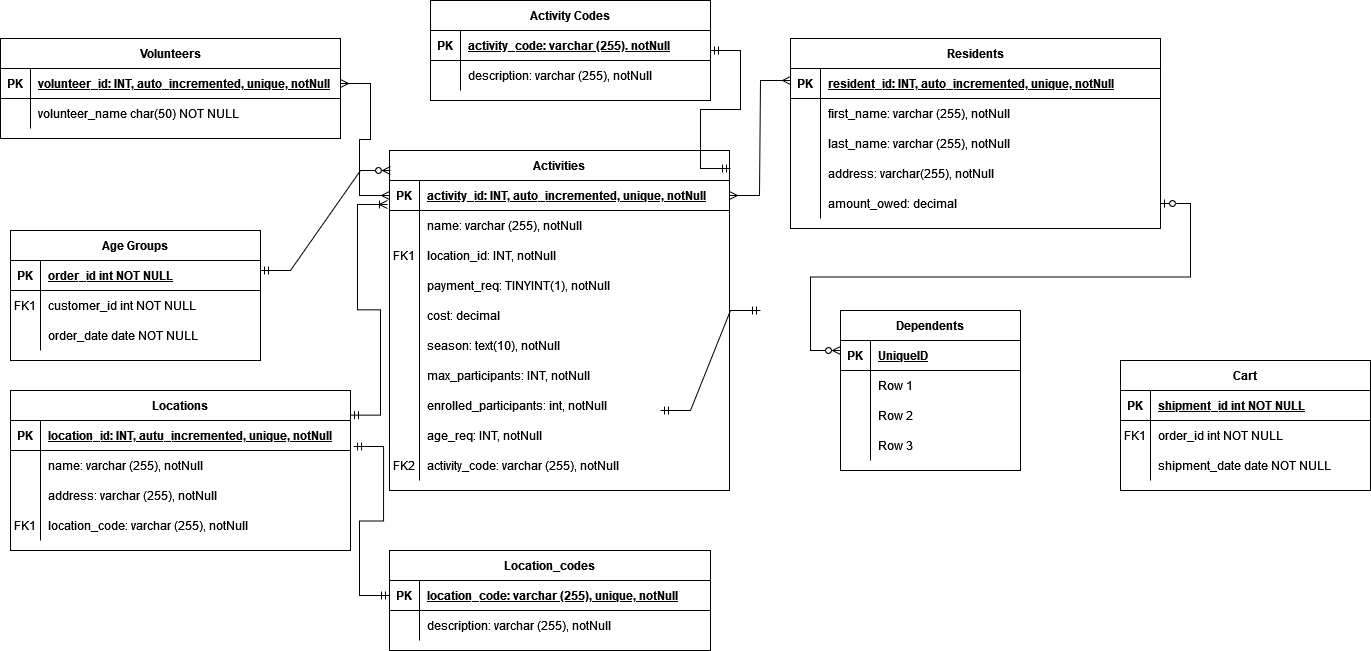
Earlier version of the draw.io export 340.drawio.png (arse0039/340_db). Source tidied: cells renumbered, new cells last; positions are measured from the earlier drawing's top-left corner, leaving out a move shared by most shapes.
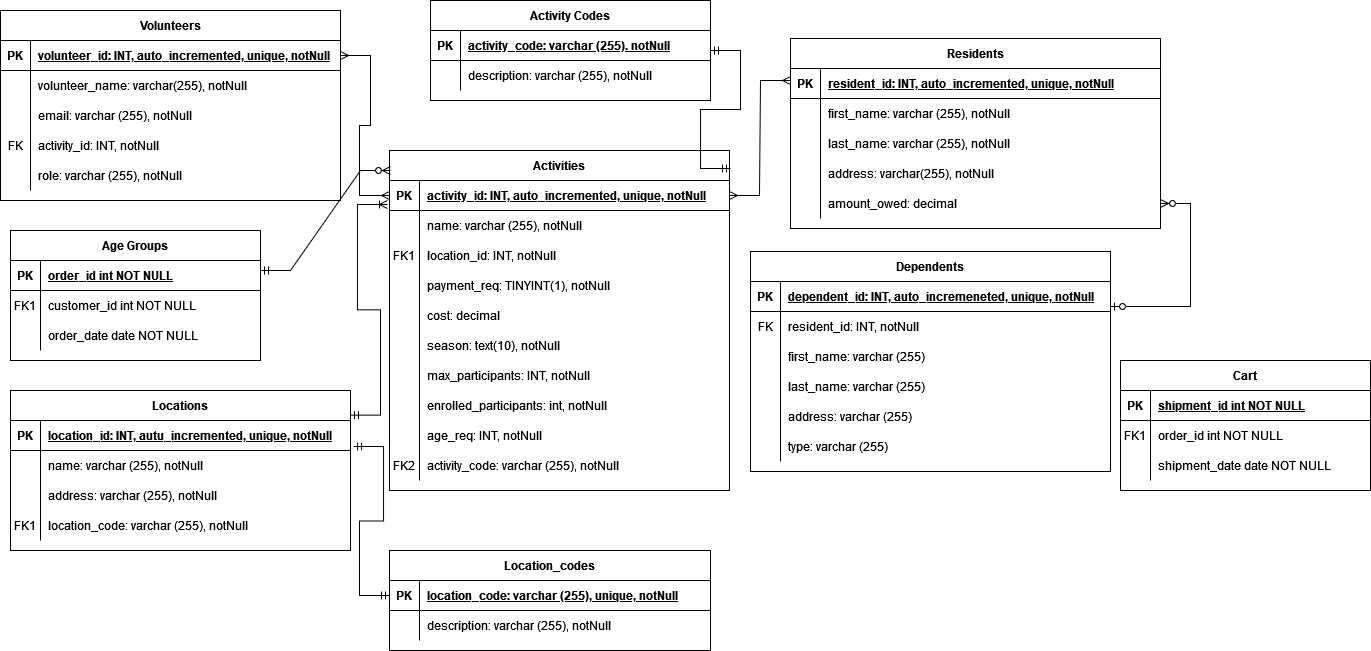
Above is the later version.

Change to the diagram source:
```diff
@@ -42,7 +42,7 @@
       <mxGeometry x="30" width="310" height="30" as="geometry" />
     </mxCell>
     <mxCell id="15" value="Volunteers" style="shape=table;startSize=30;rowLines=0;fontStyle=1;align=center;" parent="1" vertex="1">
-      <mxGeometry y="38" width="340" height="100" as="geometry" />
+      <mxGeometry y="10" width="340" height="190" as="geometry" />
     </mxCell>
     <mxCell id="16" style="shape=partialRectangle;fillColor=none;points=[[0,0.5],[1,0.5]];portConstraint=eastwest;top=0;left=0;right=0;bottom=1;" parent="15" vertex="1">
       <mxGeometry y="30" width="340" height="30" as="geometry" />
@@ -59,9 +59,36 @@
     <mxCell id="20" style="shape=partialRectangle;overflow=hidden;fillColor=none;top=0;left=0;bottom=0;right=0;" parent="19" vertex="1">
       <mxGeometry width="30" height="30" as="geometry" />
     </mxCell>
-    <mxCell id="21" value="volunteer_name char(50) NOT NULL" style="shape=partialRectangle;overflow=hidden;fillColor=none;top=0;left=0;bottom=0;right=0;align=left;spacingLeft=6;" parent="19" vertex="1">
+    <mxCell id="21" value="volunteer_name: varchar(255), notNull" style="shape=partialRectangle;overflow=hidden;fillColor=none;top=0;left=0;bottom=0;right=0;align=left;spacingLeft=6;" parent="19" vertex="1">
       <mxGeometry x="30" width="310" height="30" as="geometry" />
     </mxCell>
+    <mxCell id="124" style="shape=partialRectangle;fillColor=none;top=0;left=0;right=0;bottom=0;" parent="15" vertex="1">
+      <mxGeometry y="90" width="340" height="30" as="geometry" />
+    </mxCell>
+    <mxCell id="125" style="shape=partialRectangle;overflow=hidden;fillColor=none;top=0;left=0;bottom=0;right=0;" parent="124" vertex="1">
+      <mxGeometry width="30" height="30" as="geometry" />
+    </mxCell>
+    <mxCell id="126" value="email: varchar (255), notNull" style="shape=partialRectangle;overflow=hidden;fillColor=none;top=0;left=0;bottom=0;right=0;align=left;spacingLeft=6;" parent="124" vertex="1">
+      <mxGeometry x="30" width="310" height="30" as="geometry" />
+    </mxCell>
+    <mxCell id="127" style="shape=partialRectangle;fillColor=none;top=0;left=0;right=0;bottom=0;" parent="15" vertex="1">
+      <mxGeometry y="120" width="340" height="30" as="geometry" />
+    </mxCell>
+    <mxCell id="128" value="FK" style="shape=partialRectangle;overflow=hidden;fillColor=none;top=0;left=0;bottom=0;right=0;" parent="127" vertex="1">
+      <mxGeometry width="30" height="30" as="geometry" />
+    </mxCell>
+    <mxCell id="129" value="activity_id: INT, notNull" style="shape=partialRectangle;overflow=hidden;fillColor=none;top=0;left=0;bottom=0;right=0;align=left;spacingLeft=6;" parent="127" vertex="1">
+      <mxGeometry x="30" width="310" height="30" as="geometry" />
+    </mxCell>
+    <mxCell id="130" style="shape=partialRectangle;fillColor=none;top=0;left=0;right=0;bottom=0;" parent="15" vertex="1">
+      <mxGeometry y="150" width="340" height="30" as="geometry" />
+    </mxCell>
+    <mxCell id="131" style="shape=partialRectangle;overflow=hidden;fillColor=none;top=0;left=0;bottom=0;right=0;" parent="130" vertex="1">
+      <mxGeometry width="30" height="30" as="geometry" />
+    </mxCell>
+    <mxCell id="132" value="role: varchar (255), notNull" style="shape=partialRectangle;overflow=hidden;fillColor=none;top=0;left=0;bottom=0;right=0;align=left;spacingLeft=6;" parent="130" vertex="1">
+      <mxGeometry x="30" width="310" height="30" as="geometry" />
+    </mxCell>
     <mxCell id="22" value="Age Groups" style="shape=table;startSize=30;rowLines=0;fontStyle=1;align=center;" parent="1" vertex="1">
       <mxGeometry x="10" y="230" width="250" height="130" as="geometry" />
     </mxCell>
@@ -272,48 +299,64 @@
       <mxGeometry relative="1" as="geometry" />
     </mxCell>
     <mxCell id="91" value="Dependents" style="shape=table;startSize=30;rowLines=0;fontStyle=1;align=center;" parent="1" vertex="1">
-      <mxGeometry x="840" y="310" width="180" height="160" as="geometry" />
+      <mxGeometry x="750" y="251" width="360" height="220" as="geometry" />
     </mxCell>
     <mxCell id="92" style="shape=tableRow;horizontal=0;startSize=0;swimlaneHead=0;swimlaneBody=0;fillColor=none;top=0;left=0;right=0;bottom=1;" parent="91" vertex="1">
-      <mxGeometry y="30" width="180" height="30" as="geometry" />
+      <mxGeometry y="30" width="360" height="30" as="geometry" />
     </mxCell>
     <mxCell id="93" value="PK" style="shape=partialRectangle;fillColor=none;top=0;left=0;bottom=0;right=0;fontStyle=1;overflow=hidden;" parent="92" vertex="1">
       <mxGeometry width="30" height="30" as="geometry" />
     </mxCell>
-    <mxCell id="94" value="UniqueID" style="shape=partialRectangle;fillColor=none;top=0;left=0;bottom=0;right=0;align=left;spacingLeft=6;fontStyle=5;overflow=hidden;" parent="92" vertex="1">
-      <mxGeometry x="30" width="150" height="30" as="geometry" />
+    <mxCell id="94" value="dependent_id: INT, auto_incremeneted, unique, notNull" style="shape=partialRectangle;fillColor=none;top=0;left=0;bottom=0;right=0;align=left;spacingLeft=6;fontStyle=5;overflow=hidden;" parent="92" vertex="1">
+      <mxGeometry x="30" width="330" height="30" as="geometry" />
     </mxCell>
     <mxCell id="95" style="shape=tableRow;horizontal=0;startSize=0;swimlaneHead=0;swimlaneBody=0;fillColor=none;top=0;left=0;right=0;bottom=0;" parent="91" vertex="1">
-      <mxGeometry y="60" width="180" height="30" as="geometry" />
+      <mxGeometry y="60" width="360" height="30" as="geometry" />
     </mxCell>
-    <mxCell id="96" style="shape=partialRectangle;fillColor=none;top=0;left=0;bottom=0;right=0;overflow=hidden;" parent="95" vertex="1">
+    <mxCell id="96" value="FK" style="shape=partialRectangle;fillColor=none;top=0;left=0;bottom=0;right=0;overflow=hidden;" parent="95" vertex="1">
       <mxGeometry width="30" height="30" as="geometry" />
     </mxCell>
-    <mxCell id="97" value="Row 1" style="shape=partialRectangle;fillColor=none;top=0;left=0;bottom=0;right=0;align=left;spacingLeft=6;overflow=hidden;" parent="95" vertex="1">
-      <mxGeometry x="30" width="150" height="30" as="geometry" />
+    <mxCell id="97" value="resident_id: INT, notNull" style="shape=partialRectangle;fillColor=none;top=0;left=0;bottom=0;right=0;align=left;spacingLeft=6;overflow=hidden;" parent="95" vertex="1">
+      <mxGeometry x="30" width="330" height="30" as="geometry" />
     </mxCell>
     <mxCell id="98" style="shape=tableRow;horizontal=0;startSize=0;swimlaneHead=0;swimlaneBody=0;fillColor=none;top=0;left=0;right=0;bottom=0;" parent="91" vertex="1">
-      <mxGeometry y="90" width="180" height="30" as="geometry" />
+      <mxGeometry y="90" width="360" height="30" as="geometry" />
     </mxCell>
     <mxCell id="99" style="shape=partialRectangle;fillColor=none;top=0;left=0;bottom=0;right=0;overflow=hidden;" parent="98" vertex="1">
       <mxGeometry width="30" height="30" as="geometry" />
     </mxCell>
-    <mxCell id="100" value="Row 2" style="shape=partialRectangle;fillColor=none;top=0;left=0;bottom=0;right=0;align=left;spacingLeft=6;overflow=hidden;" parent="98" vertex="1">
-      <mxGeometry x="30" width="150" height="30" as="geometry" />
+    <mxCell id="100" value="first_name: varchar (255)" style="shape=partialRectangle;fillColor=none;top=0;left=0;bottom=0;right=0;align=left;spacingLeft=6;overflow=hidden;" parent="98" vertex="1">
+      <mxGeometry x="30" width="330" height="30" as="geometry" />
     </mxCell>
     <mxCell id="101" style="shape=tableRow;horizontal=0;startSize=0;swimlaneHead=0;swimlaneBody=0;fillColor=none;top=0;left=0;right=0;bottom=0;" parent="91" vertex="1">
-      <mxGeometry y="120" width="180" height="30" as="geometry" />
+      <mxGeometry y="120" width="360" height="30" as="geometry" />
     </mxCell>
     <mxCell id="102" style="shape=partialRectangle;fillColor=none;top=0;left=0;bottom=0;right=0;overflow=hidden;" parent="101" vertex="1">
       <mxGeometry width="30" height="30" as="geometry" />
     </mxCell>
-    <mxCell id="103" value="Row 3" style="shape=partialRectangle;fillColor=none;top=0;left=0;bottom=0;right=0;align=left;spacingLeft=6;overflow=hidden;" parent="101" vertex="1">
-      <mxGeometry x="30" width="150" height="30" as="geometry" />
+    <mxCell id="103" value="last_name: varchar (255)" style="shape=partialRectangle;fillColor=none;top=0;left=0;bottom=0;right=0;align=left;spacingLeft=6;overflow=hidden;" parent="101" vertex="1">
+      <mxGeometry x="30" width="330" height="30" as="geometry" />
     </mxCell>
+    <mxCell id="133" style="shape=tableRow;horizontal=0;startSize=0;swimlaneHead=0;swimlaneBody=0;fillColor=none;top=0;left=0;right=0;bottom=0;" parent="91" vertex="1">
+      <mxGeometry y="150" width="360" height="30" as="geometry" />
+    </mxCell>
+    <mxCell id="134" style="shape=partialRectangle;fillColor=none;top=0;left=0;bottom=0;right=0;overflow=hidden;" parent="133" vertex="1">
+      <mxGeometry width="30" height="30" as="geometry" />
+    </mxCell>
+    <mxCell id="135" value="address: varchar (255)" style="shape=partialRectangle;fillColor=none;top=0;left=0;bottom=0;right=0;align=left;spacingLeft=6;overflow=hidden;" parent="133" vertex="1">
+      <mxGeometry x="30" width="330" height="30" as="geometry" />
+    </mxCell>
+    <mxCell id="136" style="shape=tableRow;horizontal=0;startSize=0;swimlaneHead=0;swimlaneBody=0;fillColor=none;top=0;left=0;right=0;bottom=0;" parent="91" vertex="1">
+      <mxGeometry y="180" width="360" height="30" as="geometry" />
+    </mxCell>
+    <mxCell id="137" style="shape=partialRectangle;fillColor=none;top=0;left=0;bottom=0;right=0;overflow=hidden;" parent="136" vertex="1">
+      <mxGeometry width="30" height="30" as="geometry" />
+    </mxCell>
+    <mxCell id="138" value="type: varchar (255)" style="shape=partialRectangle;fillColor=none;top=0;left=0;bottom=0;right=0;align=left;spacingLeft=6;overflow=hidden;" parent="136" vertex="1">
+      <mxGeometry x="30" width="330" height="30" as="geometry" />
+    </mxCell>
-    <mxCell id="104" style="edgeStyle=entityRelationEdgeStyle;fontSize=12;html=1;endArrow=ERzeroToMany;startArrow=ERzeroToOne;rounded=0;exitX=1;exitY=0.5;exitDx=0;exitDy=0;" parent="1" edge="1" source="55">
-      <mxGeometry relative="1" as="geometry">
-        <mxPoint x="840" y="350" as="targetPoint" />
-      </mxGeometry>
+    <mxCell id="104" style="edgeStyle=entityRelationEdgeStyle;fontSize=12;html=1;endArrow=ERzeroToMany;startArrow=ERzeroToOne;rounded=0;exitX=1;exitY=0.25;exitDx=0;exitDy=0;" parent="1" edge="1" source="91" target="55">
+      <mxGeometry relative="1" as="geometry" />
     </mxCell>
     <mxCell id="105" style="edgeStyle=entityRelationEdgeStyle;fontSize=12;html=1;endArrow=ERoneToMany;startArrow=ERmandOne;rounded=0;exitX=1;exitY=0.154;exitDx=0;exitDy=0;exitPerimeter=0;entryX=-0.006;entryY=0.8;entryDx=0;entryDy=0;entryPerimeter=0;" parent="1" edge="1" source="2" target="59">
       <mxGeometry relative="1" as="geometry" />
@@ -345,12 +388,6 @@
     <mxCell id="113" value="description: varchar (255), notNull" style="shape=partialRectangle;fillColor=none;top=0;left=0;bottom=0;right=0;align=left;spacingLeft=6;overflow=hidden;" parent="111" vertex="1">
       <mxGeometry x="30" width="250" height="30" as="geometry" />
     </mxCell>
-    <mxCell id="114" style="edgeStyle=entityRelationEdgeStyle;fontSize=12;html=1;endArrow=ERmandOne;startArrow=ERmandOne;rounded=0;" parent="1" edge="1">
-      <mxGeometry relative="1" as="geometry">
-        <mxPoint x="660" y="410" as="sourcePoint" />
-        <mxPoint x="760" y="310" as="targetPoint" />
-      </mxGeometry>
-    </mxCell>
     <mxCell id="115" style="edgeStyle=entityRelationEdgeStyle;fontSize=12;html=1;endArrow=ERmandOne;startArrow=ERmandOne;rounded=0;exitX=1.003;exitY=0.053;exitDx=0;exitDy=0;exitPerimeter=0;entryX=1;entryY=0.5;entryDx=0;entryDy=0;" parent="1" edge="1" source="58" target="107">
       <mxGeometry relative="1" as="geometry" />
     </mxCell>
```
